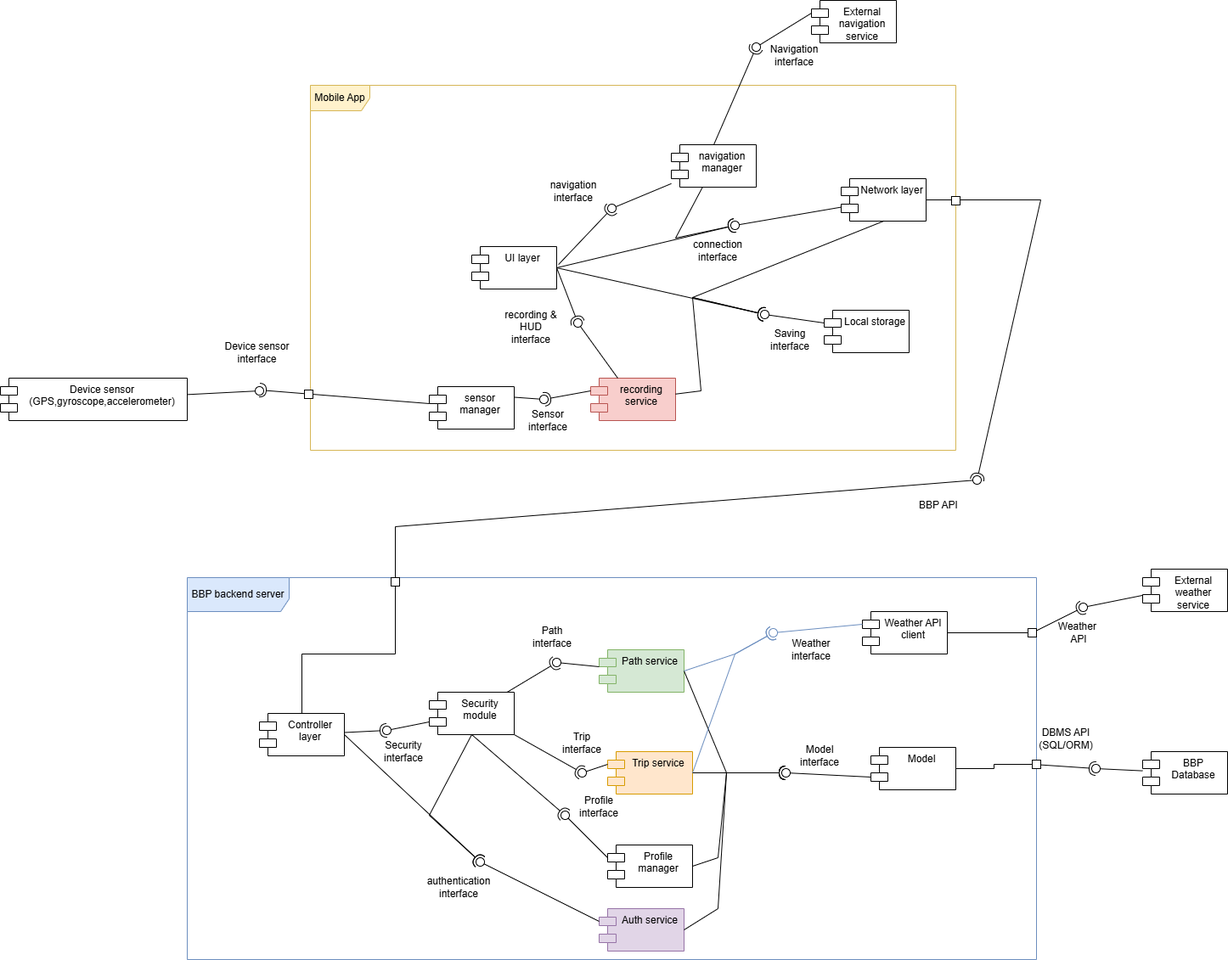
Before: DD/LaTeXCode/images/componentDiagrams/Component_diagram-Complete_low_level_diagram.drawio.png, a diagram exported from draw.io (jacopobellosi/Bellosi-Montanelli-Tempobono). Source tidied: cells renumbered, new cells last; positions are measured from the earlier drawing's top-left corner, leaving out a move shared by most shapes.
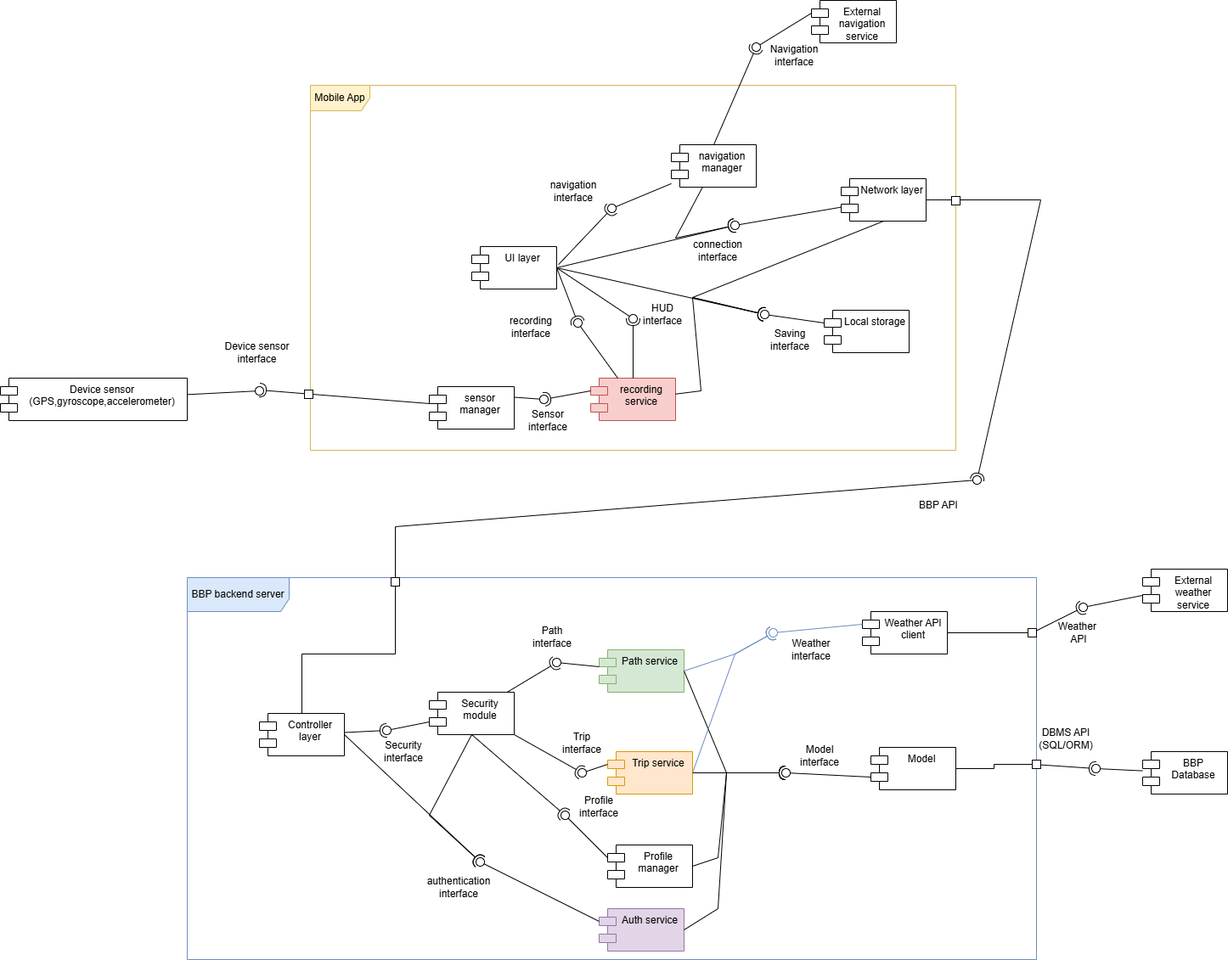
Above is the later version.

What changed in the source:
```diff
@@ -394,7 +394,7 @@
         </Array>
       </mxGeometry>
     </mxCell>
-    <mxCell id="108" value="recording &amp;amp; HUD&lt;br&gt;interface" style="text;html=1;whiteSpace=wrap;strokeColor=none;fillColor=none;align=center;verticalAlign=middle;rounded=0;" parent="1" vertex="1">
+    <mxCell id="108" value="recording&lt;br&gt;interface" style="text;html=1;whiteSpace=wrap;strokeColor=none;fillColor=none;align=center;verticalAlign=middle;rounded=0;" parent="1" vertex="1">
       <mxGeometry x="585" y="370" width="80" height="30" as="geometry" />
     </mxCell>
     <mxCell id="109" value="Sensor&lt;br&gt;interface" style="text;html=1;whiteSpace=wrap;strokeColor=none;fillColor=none;align=center;verticalAlign=middle;rounded=0;" parent="1" vertex="1">
@@ -443,5 +443,17 @@
     <mxCell id="122" style="rounded=0;whiteSpace=wrap;html=1;" parent="1" vertex="1">
       <mxGeometry x="1120" y="231" width="10" height="10" as="geometry" />
     </mxCell>
+    <mxCell id="123" style="rounded=0;jettySize=auto;html=1;endArrow=halfCircle;endFill=0;endSize=6;strokeWidth=1;sketch=0;" parent="1" edge="1" source="64" target="125">
+      <mxGeometry relative="1" as="geometry" />
+    </mxCell>
+    <mxCell id="124" style="rounded=0;jettySize=auto;html=1;endArrow=oval;endFill=0;sketch=0;sourcePerimeterSpacing=0;targetPerimeterSpacing=0;endSize=10;exitX=1;exitY=0.5;exitDx=0;exitDy=0;" parent="1" edge="1" source="63" target="125">
+      <mxGeometry relative="1" as="geometry" />
+    </mxCell>
+    <mxCell id="125" style="ellipse;whiteSpace=wrap;html=1;align=center;fillColor=none;strokeColor=none;perimeter=centerPerimeter;points=[];outlineConnect=1;" parent="1" vertex="1">
+      <mxGeometry x="740" y="370" width="10" height="10" as="geometry" />
+    </mxCell>
+    <mxCell id="126" value="HUD&lt;br&gt;interface" style="text;html=1;whiteSpace=wrap;strokeColor=none;fillColor=none;align=center;verticalAlign=middle;rounded=0;" parent="1" vertex="1">
+      <mxGeometry x="750" y="355" width="60" height="30" as="geometry" />
+    </mxCell>
   </root>
 </mxGraphModel>
```
